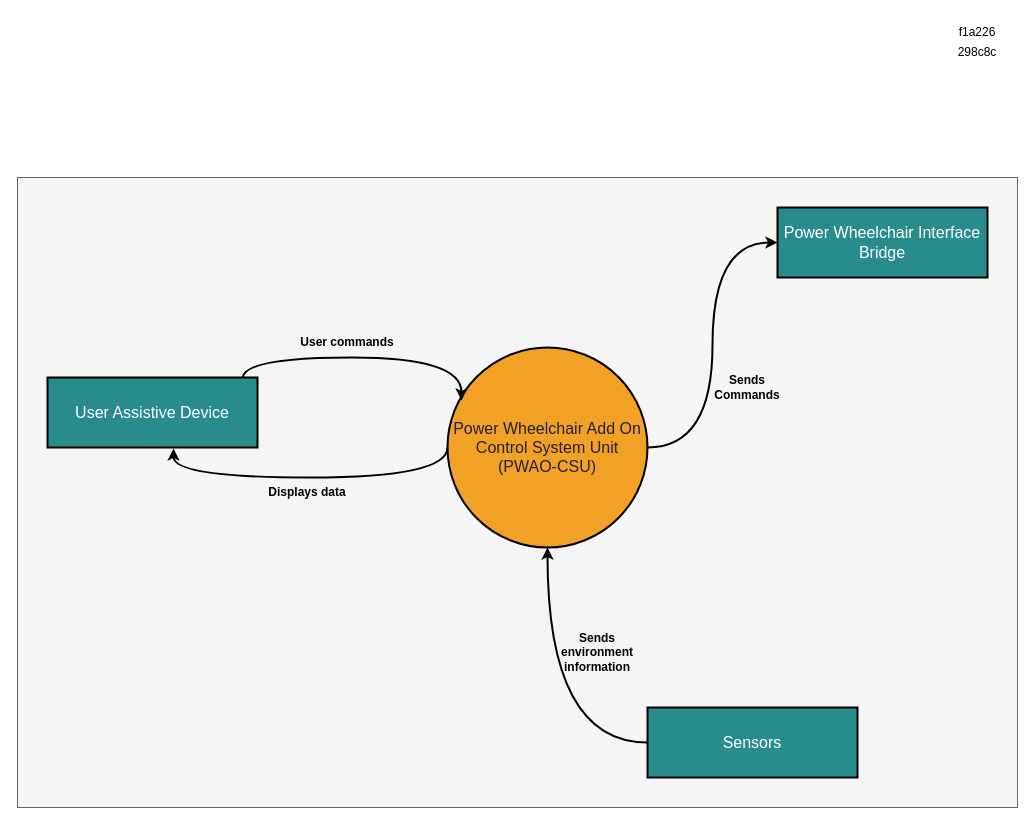
The draw.io diagram Diagrams/System Context.drawio in mekuro9/PWAO-CSU, before the edit. Source tidied: cells renumbered, new cells numbered last; positions are measured from the earlier drawing's top-left corner, leaving out a move shared by most shapes. Both pictures are drawn from the tidied source at 100%, with x=0, y=0 at pixel (17, 17).
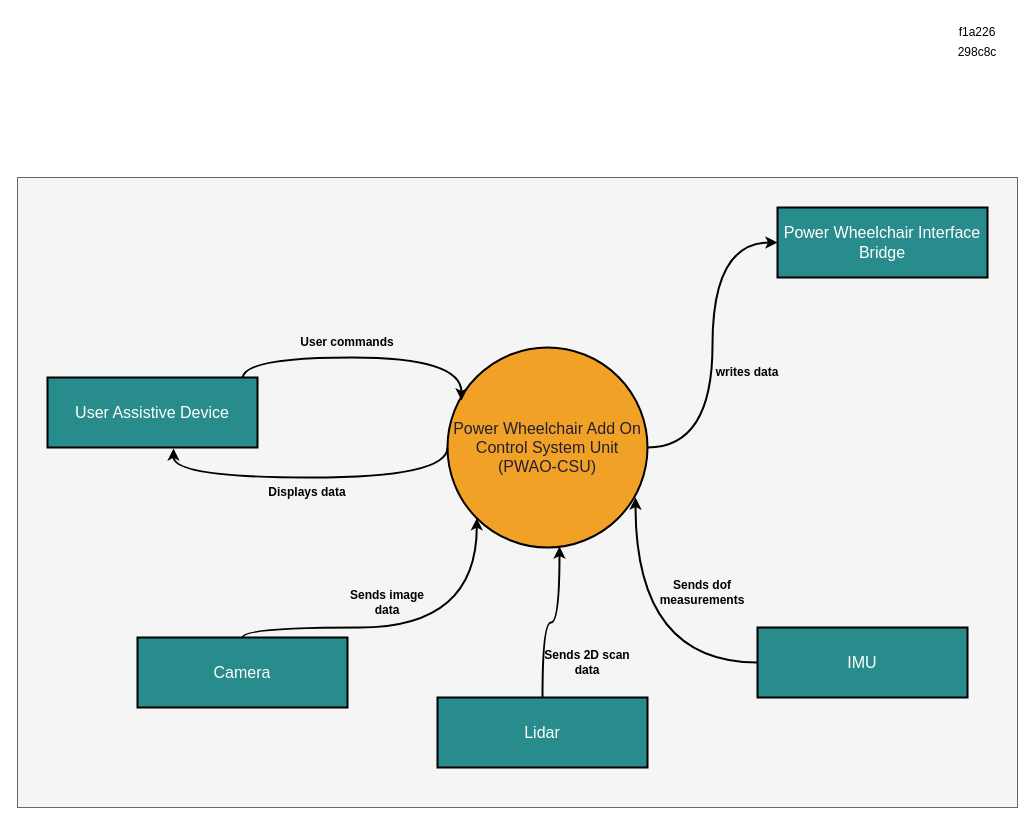
After the change.

Unchanged cells that the change refers to:
```xml
<mxCell id="4" value="&lt;font color=&quot;#241f31&quot; style=&quot;font-size: 16px;&quot;&gt;Power Wheelchair Add On&lt;br&gt;Control System Unit (PWAO-CSU)&lt;/font&gt;" style="ellipse;whiteSpace=wrap;html=1;fillColor=#f1a226;strokeColor=#000000;strokeWidth=2;" parent="1" vertex="1">
  <mxGeometry x="430" y="330" width="200" height="200" as="geometry" />
</mxCell>
```

What changed in the source:
```diff
@@
-    <mxCell id="9" style="edgeStyle=orthogonalEdgeStyle;rounded=0;jettySize=auto;html=1;curved=1;strokeWidth=2;" parent="1" edge="1" source="10" target="4">
-      <mxGeometry relative="1" as="geometry">
-        <Array as="points">
-          <mxPoint x="530" y="725" />
-        </Array>
-      </mxGeometry>
-    </mxCell>
-    <mxCell id="10" value="&lt;font style=&quot;font-size: 16px;&quot; color=&quot;#ffffff&quot;&gt;Sensors&lt;/font&gt;" style="rounded=0;whiteSpace=wrap;html=1;fillColor=#298c8c;strokeWidth=2;" parent="1" vertex="1">
-      <mxGeometry x="630" y="690" width="210" height="70" as="geometry" />
+    <mxCell id="10" value="&lt;font style=&quot;font-size: 16px;&quot; color=&quot;#ffffff&quot;&gt;IMU&lt;/font&gt;" style="rounded=0;whiteSpace=wrap;html=1;fillColor=#298c8c;strokeWidth=2;" parent="1" vertex="1">
+      <mxGeometry x="740" y="610" width="210" height="70" as="geometry" />
     </mxCell>
@@
-    <mxCell id="15" value="&lt;b&gt;Sends environment information&lt;br&gt;&lt;/b&gt;" style="text;html=1;align=center;verticalAlign=middle;whiteSpace=wrap;rounded=0;" parent="1" vertex="1">
-      <mxGeometry x="530" y="620" width="100" height="30" as="geometry" />
+    <mxCell id="15" value="&lt;b&gt;Sends dof measurements&lt;br&gt;&lt;/b&gt;" style="text;html=1;align=center;verticalAlign=middle;whiteSpace=wrap;rounded=0;" parent="1" vertex="1">
+      <mxGeometry x="635" y="560" width="100" height="30" as="geometry" />
     </mxCell>
-    <mxCell id="16" value="&lt;b&gt;Sends Commands&lt;/b&gt;" style="text;html=1;align=center;verticalAlign=middle;whiteSpace=wrap;rounded=0;" parent="1" vertex="1">
-      <mxGeometry x="680" y="355" width="100" height="30" as="geometry" />
+    <mxCell id="16" value="&lt;b&gt;writes data&lt;br&gt;&lt;/b&gt;" style="text;html=1;align=center;verticalAlign=middle;whiteSpace=wrap;rounded=0;" parent="1" vertex="1">
+      <mxGeometry x="680" y="340" width="100" height="30" as="geometry" />
     </mxCell>
+    <mxCell id="17" value="&lt;font style=&quot;font-size: 16px;&quot; color=&quot;#ffffff&quot;&gt;Lidar&lt;/font&gt;" style="rounded=0;whiteSpace=wrap;html=1;fillColor=#298c8c;strokeWidth=2;" parent="1" vertex="1">
+      <mxGeometry x="420" y="680" width="210" height="70" as="geometry" />
+    </mxCell>
+    <mxCell id="18" style="edgeStyle=orthogonalEdgeStyle;rounded=0;jettySize=auto;html=1;entryX=0;entryY=1;entryDx=0;entryDy=0;curved=1;strokeWidth=2;" parent="1" edge="1" source="19" target="4">
+      <mxGeometry relative="1" as="geometry">
+        <Array as="points">
+          <mxPoint x="225" y="610" />
+          <mxPoint x="459" y="610" />
+        </Array>
+      </mxGeometry>
+    </mxCell>
+    <mxCell id="19" value="&lt;font style=&quot;font-size: 16px;&quot; color=&quot;#ffffff&quot;&gt;Camera&lt;/font&gt;" style="rounded=0;whiteSpace=wrap;html=1;fillColor=#298c8c;strokeWidth=2;" parent="1" vertex="1">
+      <mxGeometry x="120" y="620" width="210" height="70" as="geometry" />
+    </mxCell>
+    <mxCell id="20" style="edgeStyle=orthogonalEdgeStyle;rounded=0;jettySize=auto;html=1;entryX=0.56;entryY=0.995;entryDx=0;entryDy=0;entryPerimeter=0;strokeWidth=2;curved=1;" parent="1" edge="1" source="17" target="4">
+      <mxGeometry relative="1" as="geometry" />
+    </mxCell>
+    <mxCell id="9" style="edgeStyle=orthogonalEdgeStyle;rounded=0;jettySize=auto;html=1;entryX=0.94;entryY=0.75;entryDx=0;entryDy=0;entryPerimeter=0;strokeWidth=2;curved=1;" parent="1" edge="1" source="10" target="4">
+      <mxGeometry relative="1" as="geometry" />
+    </mxCell>
+    <mxCell id="21" value="&lt;b&gt;Sends 2D scan data&lt;br&gt;&lt;/b&gt;" style="text;html=1;align=center;verticalAlign=middle;whiteSpace=wrap;rounded=0;" parent="1" vertex="1">
+      <mxGeometry x="520" y="630" width="100" height="30" as="geometry" />
+    </mxCell>
+    <mxCell id="22" value="&lt;b&gt;Sends image data&lt;br&gt;&lt;/b&gt;" style="text;html=1;align=center;verticalAlign=middle;whiteSpace=wrap;rounded=0;" parent="1" vertex="1">
+      <mxGeometry x="320" y="570" width="100" height="30" as="geometry" />
+    </mxCell>
```
